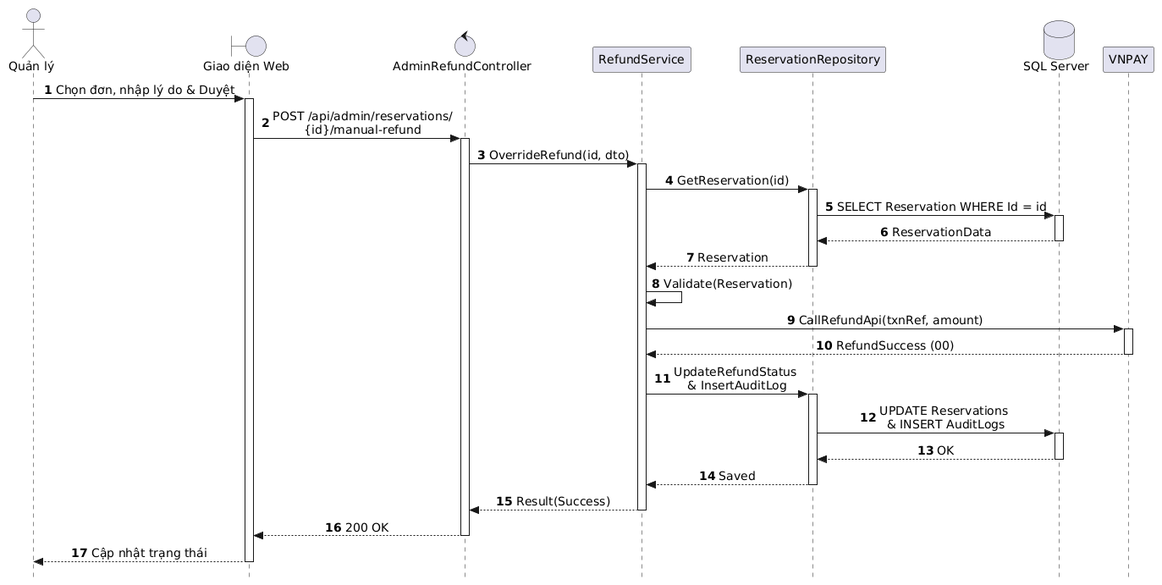
AndrewQng/VinDining keeps this PlantUML diagram as out/docs/puml/sequences/SD_UC_A3_Manual_Refund_Approval/SD_UC_A3_Manual_Refund_Approval.png. Above is the earlier version.
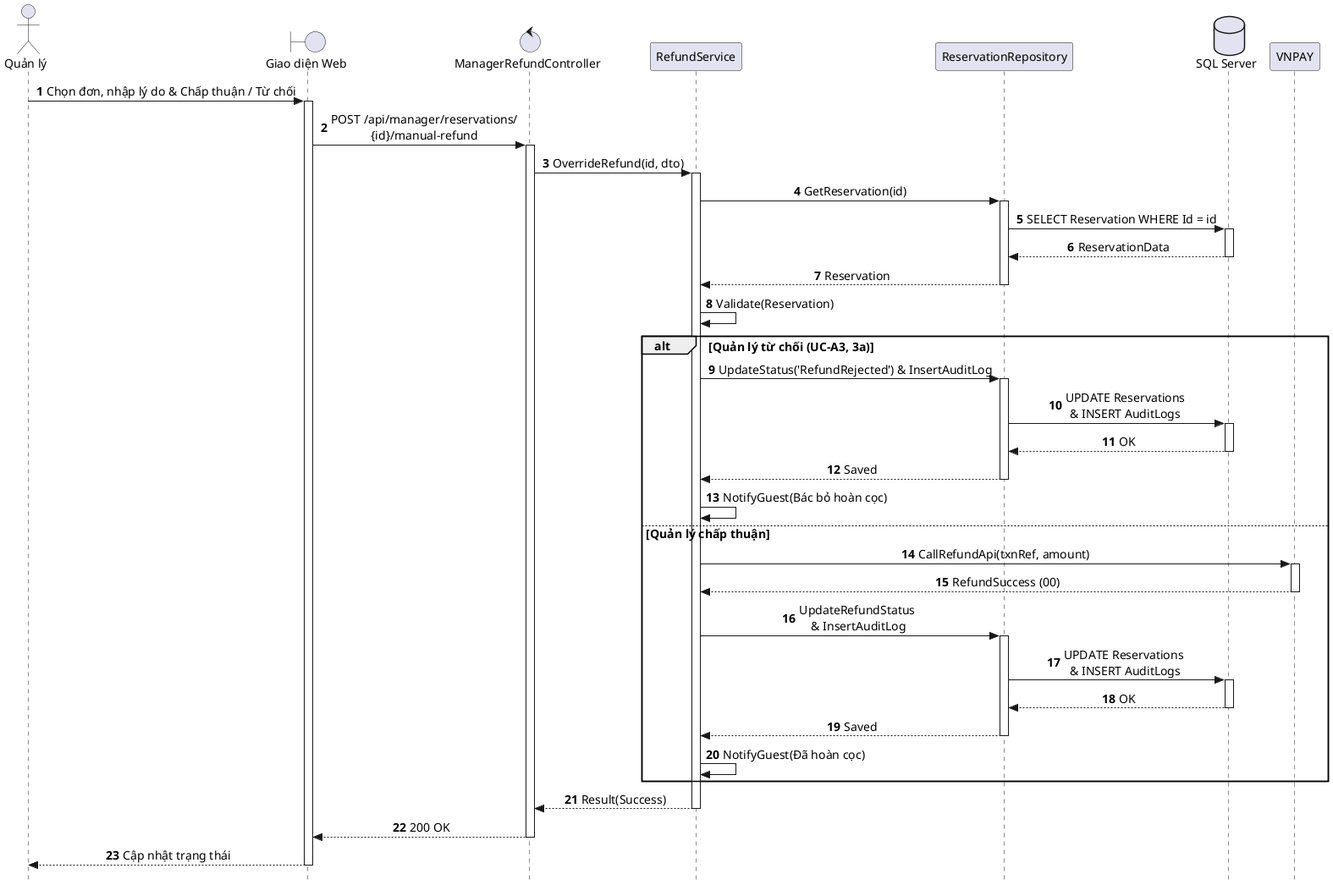
After the commit.

The edit, as a diff of the source:
```diff
@@ -1,4 +1,4 @@
-@startuml
+@startuml SD_UC_A3_Manual_Refund_Approval
 autonumber
 skinparam style strictuml
 skinparam sequenceMessageAlign center
@@ -8,16 +8,16 @@
 
 actor "Quản lý" as Manager
 boundary "Giao diện Web" as UI
-control "AdminRefundController" as Controller
+control "ManagerRefundController" as Controller
 participant "RefundService" as Service
 participant "ReservationRepository" as Repo
 database "SQL Server" as DB
 participant "VNPAY" as VNPAY
 
-Manager -> UI: Chọn đơn, nhập lý do & Duyệt
+Manager -> UI: Chọn đơn, nhập lý do & Chấp thuận / Từ chối
 activate UI
 
-UI -> Controller: POST /api/admin/reservations/\n{id}/manual-refund
+UI -> Controller: POST /api/manager/reservations/\n{id}/manual-refund
 activate Controller
 
 Controller -> Service: OverrideRefund(id, dto)
@@ -34,6 +34,17 @@
 
 Service -> Service: Validate(Reservation)
 
+alt Quản lý từ chối (UC-A3, 3a)
+    Service -> Repo: UpdateStatus('RefundRejected') & InsertAuditLog
+    activate Repo
+    Repo -> DB: UPDATE Reservations\n& INSERT AuditLogs
+    activate DB
+    DB --> Repo: OK
+    deactivate DB
+    Repo --> Service: Saved
+    deactivate Repo
+    Service -> Service: NotifyGuest(Bác bỏ hoàn cọc)
+else Quản lý chấp thuận
 Service -> VNPAY: CallRefundApi(txnRef, amount)
 activate VNPAY
 VNPAY --> Service: RefundSuccess (00)
@@ -47,6 +58,8 @@
 deactivate DB
 Repo --> Service: Saved
 deactivate Repo
+Service -> Service: NotifyGuest(Đã hoàn cọc)
+end
 
 Service --> Controller: Result(Success)
 deactivate Service
@@ -56,4 +69,5 @@
 
 UI --> Manager: Cập nhật trạng thái
 deactivate UI
+
 @enduml
```
